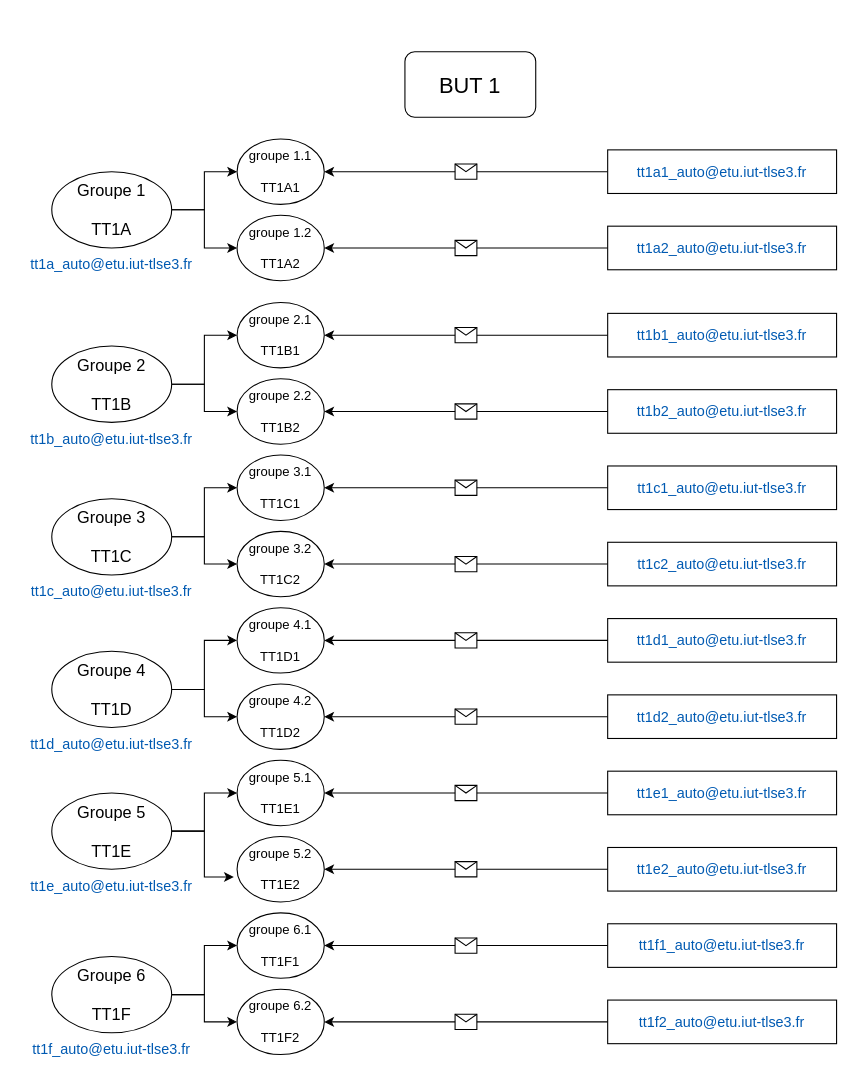
Before: BUT1.drawio in gI7DUmmY/diagrams, a draw.io diagram. Source tidied: cells renumbered, new cells numbered last; positions are measured from the earlier drawing's top-left corner, leaving out a move shared by most shapes. Both pictures are drawn from the tidied source at 109%, with x=0, y=0 at pixel (19, 51).
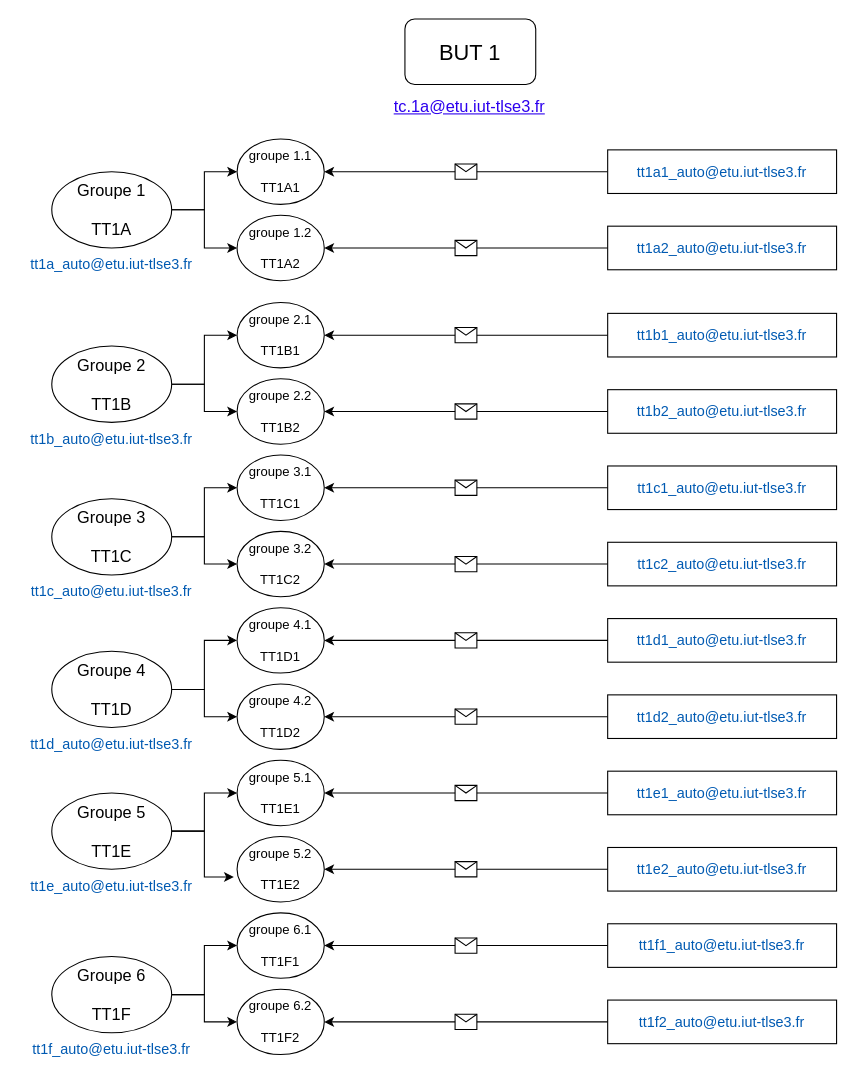
The same page after the edit.

Commit message:
Mettre à jour BUT1.drawio

What changed in the source:
```diff
@@
     <mxCell id="2" value="BUT 1" style="rounded=1;whiteSpace=wrap;html=1;fontSize=20;" parent="1" vertex="1">
-      <mxGeometry x="354" width="120" height="60" as="geometry" />
+      <mxGeometry x="354" y="-30" width="120" height="60" as="geometry" />
     </mxCell>
@@
+    <mxCell id="75" value="tc.1a@etu.iut-tlse3.fr" style="text;html=1;strokeColor=none;fillColor=none;align=center;verticalAlign=middle;whiteSpace=wrap;rounded=0;fontSize=15;fontColor=light-dark(#2d00ee, #6bb4ff);fontStyle=4;shadow=0;" parent="1" vertex="1">
+      <mxGeometry x="334" y="30" width="158.5" height="40" as="geometry" />
+    </mxCell>
```
